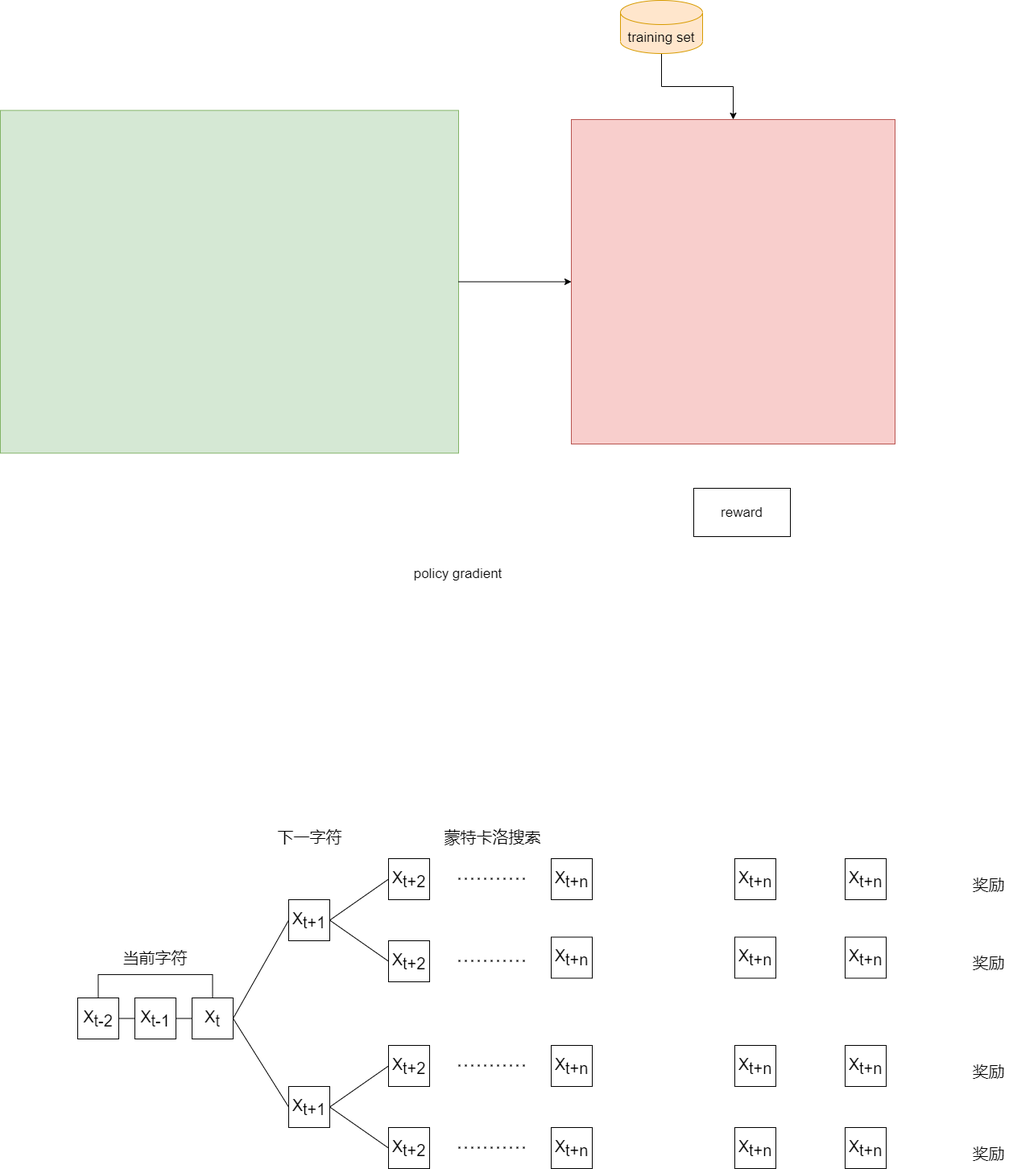
Before: seqgan.drawio.png, a diagram exported from draw.io (lakomi/pictures). Source tidied: cells renumbered, new cells last; positions are measured from the earlier drawing's top-left corner, leaving out a move shared by most shapes.
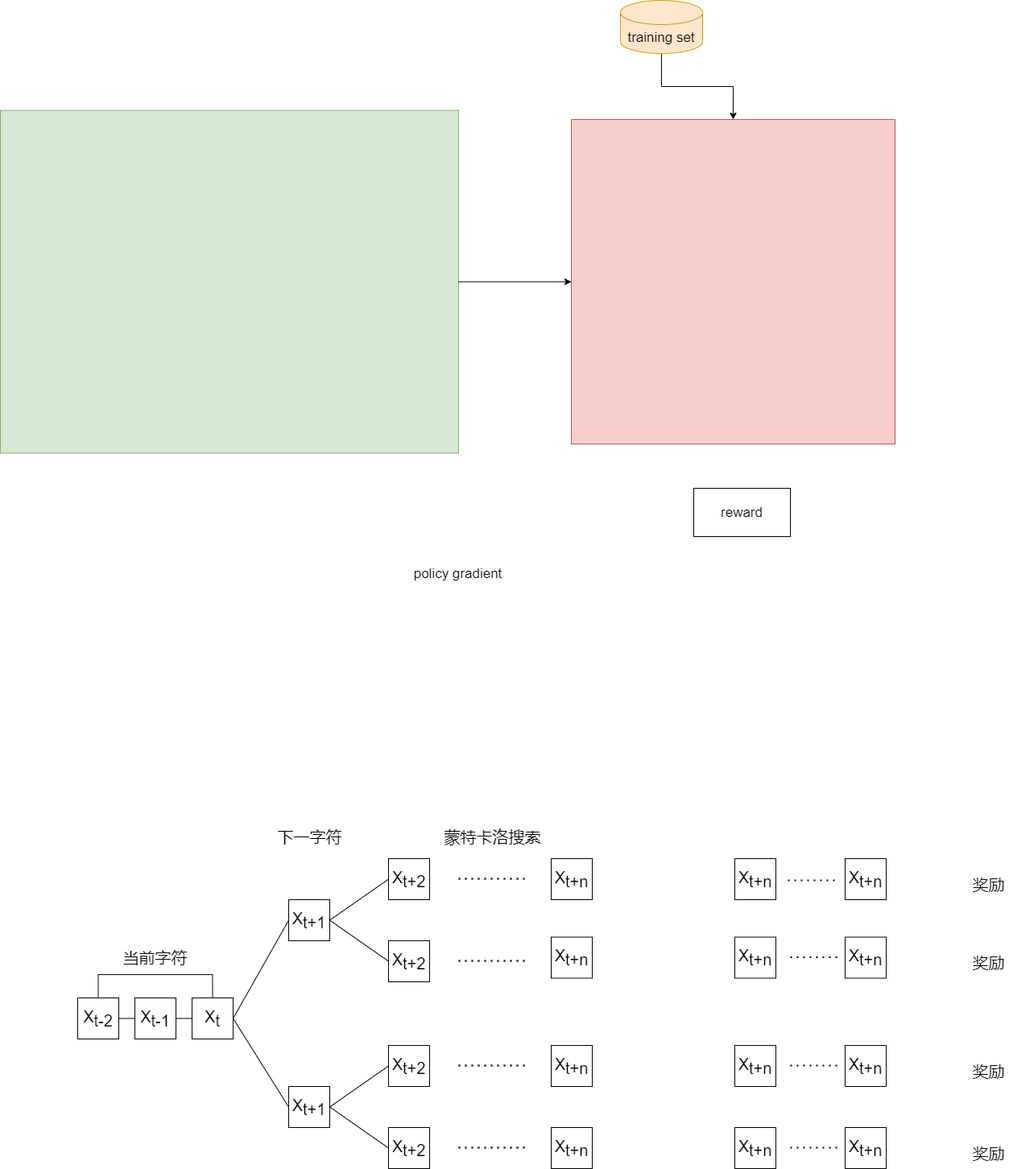
After the change.

Change to the diagram source:
```diff
@@ -181,5 +181,41 @@
     <mxCell id="51" value="X&lt;sub style=&quot;font-size: 20px;&quot;&gt;t+n&lt;/sub&gt;" style="rounded=0;whiteSpace=wrap;html=1;fontSize=20;" parent="1" vertex="1">
       <mxGeometry x="1049" y="1400" width="51" height="51" as="geometry" />
     </mxCell>
+    <mxCell id="52" style="endArrow=none;dashed=1;html=1;dashPattern=1 3;strokeWidth=2;rounded=0;fontSize=20;" parent="1" edge="1">
+      <mxGeometry relative="1" as="geometry">
+        <mxPoint x="978" y="1093" as="sourcePoint" />
+        <mxPoint x="1042" y="1093" as="targetPoint" />
+        <Array as="points">
+          <mxPoint x="1025" y="1093" />
+        </Array>
+      </mxGeometry>
+    </mxCell>
+    <mxCell id="53" style="endArrow=none;dashed=1;html=1;dashPattern=1 3;strokeWidth=2;rounded=0;fontSize=20;" parent="1" edge="1">
+      <mxGeometry relative="1" as="geometry">
+        <mxPoint x="981" y="1188.4" as="sourcePoint" />
+        <mxPoint x="1045" y="1188.4" as="targetPoint" />
+        <Array as="points">
+          <mxPoint x="1028" y="1188.4" />
+        </Array>
+      </mxGeometry>
+    </mxCell>
+    <mxCell id="54" style="endArrow=none;dashed=1;html=1;dashPattern=1 3;strokeWidth=2;rounded=0;fontSize=20;" parent="1" edge="1">
+      <mxGeometry relative="1" as="geometry">
+        <mxPoint x="981" y="1322.9" as="sourcePoint" />
+        <mxPoint x="1045" y="1322.9" as="targetPoint" />
+        <Array as="points">
+          <mxPoint x="1028" y="1322.9" />
+        </Array>
+      </mxGeometry>
+    </mxCell>
+    <mxCell id="55" style="endArrow=none;dashed=1;html=1;dashPattern=1 3;strokeWidth=2;rounded=0;fontSize=20;" parent="1" edge="1">
+      <mxGeometry relative="1" as="geometry">
+        <mxPoint x="981" y="1424.9" as="sourcePoint" />
+        <mxPoint x="1045" y="1424.9" as="targetPoint" />
+        <Array as="points">
+          <mxPoint x="1028" y="1424.9" />
+        </Array>
+      </mxGeometry>
+    </mxCell>
   </root>
 </mxGraphModel>
```
